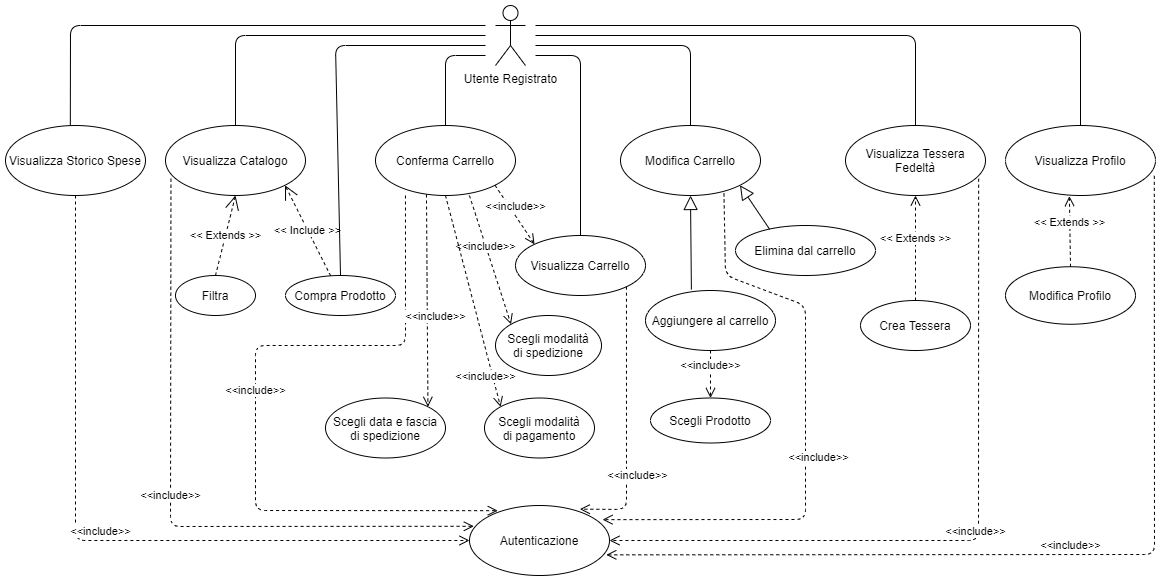
The draw.io diagram doc/cases/Utente Unico.png in 4nnina/IS_CovidMarket, before a commit. Source tidied: cells renumbered, new cells last; positions are measured from the earlier drawing's top-left corner, leaving out a move shared by most shapes. Source of this version:
```xml
<mxGraphModel>
  <root>
    <mxCell id="0" />
    <mxCell id="1" parent="0" />
    <mxCell id="2" value="Utente Registrato" style="shape=umlActor;verticalLabelPosition=bottom;verticalAlign=top;html=1;" parent="1" vertex="1">
      <mxGeometry x="490" width="30" height="60" as="geometry" />
    </mxCell>
    <mxCell id="3" value="Visualizza Catalogo" style="ellipse;whiteSpace=wrap;html=1;" parent="1" vertex="1">
      <mxGeometry x="160" y="120" width="140" height="70" as="geometry" />
    </mxCell>
    <mxCell id="4" style="endArrow=none;endFill=0;endSize=12;html=1;entryX=0.5;entryY=0;entryDx=0;entryDy=0;" parent="1" edge="1" target="3">
      <mxGeometry relative="1" as="geometry">
        <mxPoint x="480" y="30" as="sourcePoint" />
        <Array as="points">
          <mxPoint x="230" y="30" />
        </Array>
      </mxGeometry>
    </mxCell>
    <mxCell id="5" value="Filtra" style="ellipse;whiteSpace=wrap;html=1;" parent="1" vertex="1">
      <mxGeometry x="170" y="270" width="80" height="40" as="geometry" />
    </mxCell>
    <mxCell id="6" value="&amp;lt;&amp;lt; Extends &amp;gt;&amp;gt;" style="endArrow=open;endSize=12;dashed=1;html=1;exitX=0.5;exitY=0;exitDx=0;exitDy=0;entryX=0.5;entryY=1;entryDx=0;entryDy=0;" parent="1" edge="1" source="5" target="3">
      <mxGeometry relative="1" as="geometry" />
    </mxCell>
    <mxCell id="7" value="Compra Prodotto" style="ellipse;whiteSpace=wrap;html=1;" parent="1" vertex="1">
      <mxGeometry x="280" y="270" width="110" height="40" as="geometry" />
    </mxCell>
    <mxCell id="8" value="&amp;lt;&amp;lt; Include &amp;gt;&amp;gt;" style="endArrow=open;endSize=12;dashed=1;html=1;entryX=1;entryY=1;entryDx=0;entryDy=0;" parent="1" edge="1" source="7" target="3">
      <mxGeometry relative="1" as="geometry" />
    </mxCell>
    <mxCell id="9" style="endArrow=none;endFill=0;endSize=12;html=1;entryX=0.5;entryY=0;entryDx=0;entryDy=0;" parent="1" edge="1" target="7">
      <mxGeometry relative="1" as="geometry">
        <mxPoint x="480" y="40" as="sourcePoint" />
        <Array as="points">
          <mxPoint x="330" y="40" />
        </Array>
      </mxGeometry>
    </mxCell>
    <mxCell id="10" value="Conferma Carrello" style="ellipse;whiteSpace=wrap;html=1;" parent="1" vertex="1">
      <mxGeometry x="370" y="120" width="140" height="70" as="geometry" />
    </mxCell>
    <mxCell id="11" value="Scegli modalità&lt;br&gt;di spedizione" style="ellipse;whiteSpace=wrap;html=1;" parent="1" vertex="1">
      <mxGeometry x="490" y="310" width="106" height="60" as="geometry" />
    </mxCell>
    <mxCell id="12" value="Scegli data e fascia&lt;br&gt;di spedizione" style="ellipse;whiteSpace=wrap;html=1;" parent="1" vertex="1">
      <mxGeometry x="320" y="392.5" width="120" height="60" as="geometry" />
    </mxCell>
    <mxCell id="13" value="Scegli modalità&lt;br&gt;di pagamento" style="ellipse;whiteSpace=wrap;html=1;" parent="1" vertex="1">
      <mxGeometry x="479" y="392.5" width="110" height="60" as="geometry" />
    </mxCell>
    <mxCell id="14" value="Visualizza Carrello" style="ellipse;whiteSpace=wrap;html=1;" parent="1" vertex="1">
      <mxGeometry x="510" y="230" width="130" height="60" as="geometry" />
    </mxCell>
    <mxCell id="15" value="&amp;lt;&amp;lt;include&amp;gt;&amp;gt;" style="html=1;verticalAlign=bottom;endArrow=open;dashed=1;endSize=8;entryX=0;entryY=0;entryDx=0;entryDy=0;exitX=1;exitY=1;exitDx=0;exitDy=0;" parent="1" edge="1" source="10" target="14">
      <mxGeometry relative="1" as="geometry" />
    </mxCell>
    <mxCell id="16" style="endArrow=none;endFill=0;endSize=12;html=1;entryX=0.5;entryY=0;entryDx=0;entryDy=0;" parent="1" edge="1" target="14">
      <mxGeometry relative="1" as="geometry">
        <mxPoint x="530" y="50" as="sourcePoint" />
        <Array as="points">
          <mxPoint x="575" y="50" />
        </Array>
      </mxGeometry>
    </mxCell>
    <mxCell id="17" value="Modifica Carrello" style="ellipse;whiteSpace=wrap;html=1;" parent="1" vertex="1">
      <mxGeometry x="615" y="120" width="140" height="70" as="geometry" />
    </mxCell>
    <mxCell id="18" value="Aggiungere al carrello" style="ellipse;whiteSpace=wrap;html=1;" parent="1" vertex="1">
      <mxGeometry x="640" y="285" width="130" height="60" as="geometry" />
    </mxCell>
    <mxCell id="19" style="endArrow=block;endFill=0;endSize=12;html=1;exitX=0.353;exitY=-0.016;exitDx=0;exitDy=0;entryX=0.5;entryY=1;entryDx=0;entryDy=0;exitPerimeter=0;" parent="1" edge="1" source="18" target="17">
      <mxGeometry relative="1" as="geometry" />
    </mxCell>
    <mxCell id="20" value="Scegli Prodotto" style="ellipse;whiteSpace=wrap;html=1;" parent="1" vertex="1">
      <mxGeometry x="645" y="392.5" width="120" height="45" as="geometry" />
    </mxCell>
    <mxCell id="21" value="&amp;lt;&amp;lt;include&amp;gt;&amp;gt;" style="html=1;verticalAlign=bottom;endArrow=open;dashed=1;endSize=8;exitX=0.5;exitY=1;exitDx=0;exitDy=0;" parent="1" edge="1" source="18" target="20">
      <mxGeometry relative="1" as="geometry" />
    </mxCell>
    <mxCell id="22" value="Elimina dal carrello" style="ellipse;whiteSpace=wrap;html=1;" parent="1" vertex="1">
      <mxGeometry x="730" y="220" width="140" height="50" as="geometry" />
    </mxCell>
    <mxCell id="23" style="endArrow=block;endFill=0;endSize=12;html=1;exitX=0.244;exitY=0.077;exitDx=0;exitDy=0;entryX=1;entryY=1;entryDx=0;entryDy=0;exitPerimeter=0;" parent="1" edge="1" source="22" target="17">
      <mxGeometry relative="1" as="geometry" />
    </mxCell>
    <mxCell id="24" style="endArrow=none;endFill=0;endSize=12;html=1;entryX=0.5;entryY=0;entryDx=0;entryDy=0;" parent="1" edge="1" target="17">
      <mxGeometry relative="1" as="geometry">
        <mxPoint x="530" y="40" as="sourcePoint" />
        <Array as="points">
          <mxPoint x="685" y="40" />
        </Array>
      </mxGeometry>
    </mxCell>
    <mxCell id="25" value="Visualizza Tessera Fedeltà" style="ellipse;whiteSpace=wrap;html=1;" parent="1" vertex="1">
      <mxGeometry x="840" y="120" width="140" height="70" as="geometry" />
    </mxCell>
    <mxCell id="26" value="Crea Tessera" style="ellipse;whiteSpace=wrap;html=1;" parent="1" vertex="1">
      <mxGeometry x="855" y="295" width="110" height="50" as="geometry" />
    </mxCell>
    <mxCell id="27" value="&amp;lt;&amp;lt; Extends &amp;gt;&amp;gt;" style="html=1;verticalAlign=bottom;endArrow=open;dashed=1;endSize=8;entryX=0.5;entryY=1;entryDx=0;entryDy=0;" parent="1" edge="1" source="26" target="25">
      <mxGeometry relative="1" as="geometry" />
    </mxCell>
    <mxCell id="28" style="endArrow=none;endFill=0;endSize=12;html=1;entryX=0.5;entryY=0;entryDx=0;entryDy=0;" parent="1" edge="1" target="25">
      <mxGeometry relative="1" as="geometry">
        <mxPoint x="530" y="30" as="sourcePoint" />
        <Array as="points">
          <mxPoint x="910" y="30" />
        </Array>
      </mxGeometry>
    </mxCell>
    <mxCell id="29" value="Visualizza Profilo" style="ellipse;whiteSpace=wrap;html=1;" parent="1" vertex="1">
      <mxGeometry x="1000" y="120" width="150" height="70" as="geometry" />
    </mxCell>
    <mxCell id="30" style="endArrow=none;endFill=0;endSize=12;html=1;entryX=0.5;entryY=0;entryDx=0;entryDy=0;" parent="1" edge="1" target="29">
      <mxGeometry relative="1" as="geometry">
        <mxPoint x="530" y="20" as="sourcePoint" />
        <Array as="points">
          <mxPoint x="1075" y="20" />
        </Array>
      </mxGeometry>
    </mxCell>
    <mxCell id="31" value="Modifica Profilo" style="ellipse;whiteSpace=wrap;html=1;" parent="1" vertex="1">
      <mxGeometry x="1000" y="261.2" width="130" height="57.5" as="geometry" />
    </mxCell>
    <mxCell id="32" value="&amp;lt;&amp;lt; Extends &amp;gt;&amp;gt;" style="html=1;verticalAlign=bottom;endArrow=open;dashed=1;endSize=8;exitX=0.5;exitY=0;exitDx=0;exitDy=0;entryX=0.426;entryY=1.009;entryDx=0;entryDy=0;entryPerimeter=0;" parent="1" edge="1" source="31" target="29">
      <mxGeometry relative="1" as="geometry" />
    </mxCell>
    <mxCell id="33" value="Visualizza Storico Spese" style="ellipse;whiteSpace=wrap;html=1;labelBorderColor=none;" parent="1" vertex="1">
      <mxGeometry y="120" width="140" height="70" as="geometry" />
    </mxCell>
    <mxCell id="34" style="endArrow=none;endFill=0;endSize=12;html=1;entryX=0.463;entryY=-0.001;entryDx=0;entryDy=0;entryPerimeter=0;" parent="1" edge="1" target="33">
      <mxGeometry relative="1" as="geometry">
        <mxPoint x="480" y="20" as="sourcePoint" />
        <Array as="points">
          <mxPoint x="65" y="20" />
        </Array>
      </mxGeometry>
    </mxCell>
    <mxCell id="35" style="endArrow=none;endFill=0;endSize=12;html=1;entryX=0.5;entryY=0;entryDx=0;entryDy=0;" parent="1" edge="1" target="10">
      <mxGeometry relative="1" as="geometry">
        <mxPoint x="480" y="50" as="sourcePoint" />
        <Array as="points">
          <mxPoint x="440" y="50" />
        </Array>
      </mxGeometry>
    </mxCell>
    <mxCell id="36" value="Autenticazione" style="ellipse;whiteSpace=wrap;html=1;" parent="1" vertex="1">
      <mxGeometry x="464" y="500" width="140" height="70" as="geometry" />
    </mxCell>
    <mxCell id="37" value="&amp;lt;&amp;lt;include&amp;gt;&amp;gt;" style="html=1;verticalAlign=bottom;endArrow=open;dashed=1;endSize=8;exitX=0.5;exitY=1;exitDx=0;exitDy=0;entryX=0;entryY=0.5;entryDx=0;entryDy=0;" parent="1" edge="1" source="33" target="36">
      <mxGeometry relative="1" as="geometry">
        <Array as="points">
          <mxPoint x="70" y="535" />
        </Array>
      </mxGeometry>
    </mxCell>
    <mxCell id="38" value="&amp;lt;&amp;lt;include&amp;gt;&amp;gt;" style="html=1;verticalAlign=bottom;endArrow=open;dashed=1;endSize=8;exitX=0.039;exitY=0.76;exitDx=0;exitDy=0;entryX=0.031;entryY=0.297;entryDx=0;entryDy=0;entryPerimeter=0;exitPerimeter=0;" parent="1" edge="1" source="3" target="36">
      <mxGeometry relative="1" as="geometry">
        <Array as="points">
          <mxPoint x="165" y="521" />
        </Array>
      </mxGeometry>
    </mxCell>
    <mxCell id="39" value="&amp;lt;&amp;lt;include&amp;gt;&amp;gt;" style="html=1;verticalAlign=bottom;endArrow=open;dashed=1;endSize=8;exitX=0.992;exitY=0.719;exitDx=0;exitDy=0;entryX=0.977;entryY=0.705;entryDx=0;entryDy=0;entryPerimeter=0;exitPerimeter=0;" parent="1" edge="1" source="29" target="36">
      <mxGeometry relative="1" as="geometry">
        <Array as="points">
          <mxPoint x="1149" y="549" />
        </Array>
      </mxGeometry>
    </mxCell>
    <mxCell id="40" value="&amp;lt;&amp;lt;include&amp;gt;&amp;gt;" style="html=1;verticalAlign=bottom;endArrow=open;dashed=1;endSize=8;exitX=0.951;exitY=0.76;exitDx=0;exitDy=0;entryX=1;entryY=0.5;entryDx=0;entryDy=0;exitPerimeter=0;" parent="1" edge="1" source="25" target="36">
      <mxGeometry relative="1" as="geometry">
        <Array as="points">
          <mxPoint x="973" y="535" />
        </Array>
      </mxGeometry>
    </mxCell>
    <mxCell id="41" value="&amp;lt;&amp;lt;include&amp;gt;&amp;gt;" style="html=1;verticalAlign=bottom;endArrow=open;dashed=1;endSize=8;entryX=0.95;entryY=0.202;entryDx=0;entryDy=0;entryPerimeter=0;exitX=0.739;exitY=0.97;exitDx=0;exitDy=0;exitPerimeter=0;" parent="1" edge="1" source="17" target="36">
      <mxGeometry x="0.13" y="13" relative="1" as="geometry">
        <Array as="points">
          <mxPoint x="720" y="270" />
          <mxPoint x="800" y="300" />
          <mxPoint x="800" y="514" />
        </Array>
      </mxGeometry>
    </mxCell>
    <mxCell id="42" value="&amp;lt;&amp;lt;include&amp;gt;&amp;gt;" style="html=1;verticalAlign=bottom;endArrow=open;dashed=1;endSize=8;entryX=0.788;entryY=0.052;entryDx=0;entryDy=0;entryPerimeter=0;exitX=1;exitY=1;exitDx=0;exitDy=0;" parent="1" edge="1" source="14" target="36">
      <mxGeometry x="0.47" y="11" relative="1" as="geometry">
        <Array as="points">
          <mxPoint x="621" y="504" />
        </Array>
      </mxGeometry>
    </mxCell>
    <mxCell id="43" value="&amp;lt;&amp;lt;include&amp;gt;&amp;gt;" style="html=1;verticalAlign=bottom;endArrow=open;dashed=1;endSize=8;exitX=0.214;exitY=1;exitDx=0;exitDy=0;entryX=0.202;entryY=0.074;entryDx=0;entryDy=0;exitPerimeter=0;entryPerimeter=0;" parent="1" edge="1" source="10" target="36">
      <mxGeometry relative="1" as="geometry">
        <Array as="points">
          <mxPoint x="400" y="340" />
          <mxPoint x="250" y="340" />
          <mxPoint x="250" y="505" />
        </Array>
      </mxGeometry>
    </mxCell>
    <mxCell id="44" value="&amp;lt;&amp;lt;include&amp;gt;&amp;gt;" style="html=1;verticalAlign=bottom;endArrow=open;dashed=1;endSize=8;entryX=0;entryY=0;entryDx=0;entryDy=0;exitX=0.671;exitY=1;exitDx=0;exitDy=0;exitPerimeter=0;" parent="1" edge="1" source="10" target="11">
      <mxGeometry x="-0.08" y="-3" relative="1" as="geometry" />
    </mxCell>
    <mxCell id="45" value="&amp;lt;&amp;lt;include&amp;gt;&amp;gt;" style="html=1;verticalAlign=bottom;endArrow=open;dashed=1;endSize=8;entryX=0;entryY=0;entryDx=0;entryDy=0;exitX=0.5;exitY=1;exitDx=0;exitDy=0;" parent="1" edge="1" source="10" target="13">
      <mxGeometry x="0.78" y="-9" relative="1" as="geometry" />
    </mxCell>
    <mxCell id="46" value="&amp;lt;&amp;lt;include&amp;gt;&amp;gt;" style="html=1;verticalAlign=bottom;endArrow=open;dashed=1;endSize=8;entryX=1;entryY=0;entryDx=0;entryDy=0;exitX=0.364;exitY=0.986;exitDx=0;exitDy=0;exitPerimeter=0;" parent="1" edge="1" source="10" target="12">
      <mxGeometry x="0.23" y="8" relative="1" as="geometry" />
    </mxCell>
  </root>
</mxGraphModel>
```
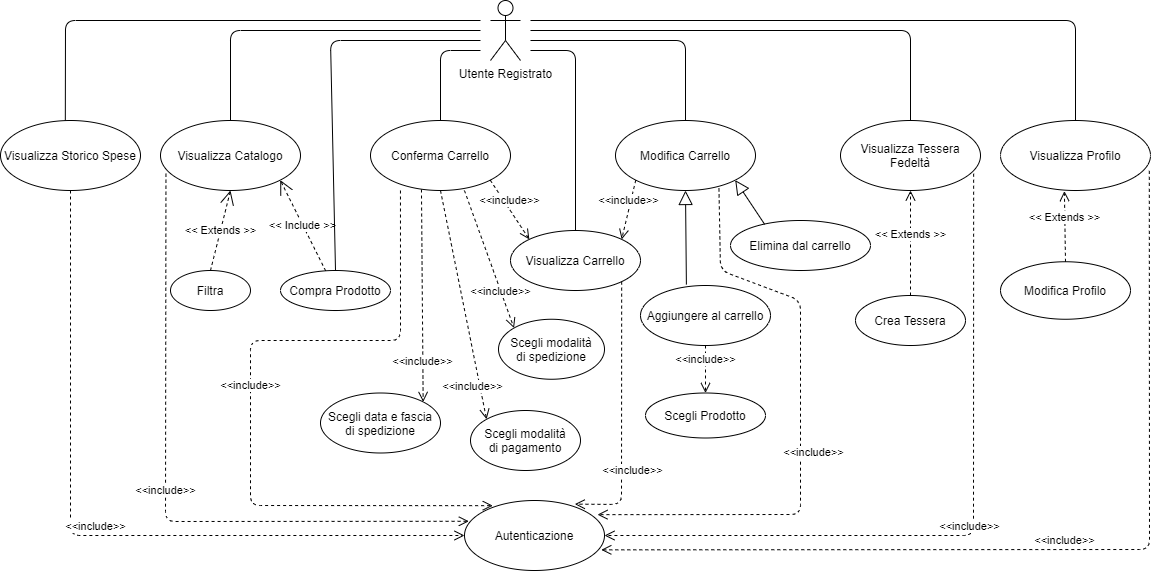
The same diagram one commit later.

The edit, as a diff of the source:
```diff
@@ -40,13 +40,13 @@
       <mxGeometry x="370" y="120" width="140" height="70" as="geometry" />
     </mxCell>
     <mxCell id="11" value="Scegli modalità&lt;br&gt;di spedizione" style="ellipse;whiteSpace=wrap;html=1;" parent="1" vertex="1">
-      <mxGeometry x="490" y="310" width="106" height="60" as="geometry" />
+      <mxGeometry x="498" y="318.8" width="106" height="60" as="geometry" />
     </mxCell>
     <mxCell id="12" value="Scegli data e fascia&lt;br&gt;di spedizione" style="ellipse;whiteSpace=wrap;html=1;" parent="1" vertex="1">
       <mxGeometry x="320" y="392.5" width="120" height="60" as="geometry" />
     </mxCell>
     <mxCell id="13" value="Scegli modalità&lt;br&gt;di pagamento" style="ellipse;whiteSpace=wrap;html=1;" parent="1" vertex="1">
-      <mxGeometry x="479" y="392.5" width="110" height="60" as="geometry" />
+      <mxGeometry x="470" y="410" width="110" height="60" as="geometry" />
     </mxCell>
     <mxCell id="14" value="Visualizza Carrello" style="ellipse;whiteSpace=wrap;html=1;" parent="1" vertex="1">
       <mxGeometry x="510" y="230" width="130" height="60" as="geometry" />
@@ -201,13 +201,16 @@
       </mxGeometry>
     </mxCell>
     <mxCell id="44" value="&amp;lt;&amp;lt;include&amp;gt;&amp;gt;" style="html=1;verticalAlign=bottom;endArrow=open;dashed=1;endSize=8;entryX=0;entryY=0;entryDx=0;entryDy=0;exitX=0.671;exitY=1;exitDx=0;exitDy=0;exitPerimeter=0;" parent="1" edge="1" source="10" target="11">
-      <mxGeometry x="-0.08" y="-3" relative="1" as="geometry" />
+      <mxGeometry x="0.58" y="-3" relative="1" as="geometry" />
     </mxCell>
     <mxCell id="45" value="&amp;lt;&amp;lt;include&amp;gt;&amp;gt;" style="html=1;verticalAlign=bottom;endArrow=open;dashed=1;endSize=8;entryX=0;entryY=0;entryDx=0;entryDy=0;exitX=0.5;exitY=1;exitDx=0;exitDy=0;" parent="1" edge="1" source="10" target="13">
       <mxGeometry x="0.78" y="-9" relative="1" as="geometry" />
     </mxCell>
     <mxCell id="46" value="&amp;lt;&amp;lt;include&amp;gt;&amp;gt;" style="html=1;verticalAlign=bottom;endArrow=open;dashed=1;endSize=8;entryX=1;entryY=0;entryDx=0;entryDy=0;exitX=0.364;exitY=0.986;exitDx=0;exitDy=0;exitPerimeter=0;" parent="1" edge="1" source="10" target="12">
-      <mxGeometry x="0.23" y="8" relative="1" as="geometry" />
+      <mxGeometry x="0.7" relative="1" as="geometry" />
     </mxCell>
+    <mxCell id="47" value="&amp;lt;&amp;lt;include&amp;gt;&amp;gt;" style="html=1;verticalAlign=bottom;endArrow=open;dashed=1;endSize=8;entryX=1;entryY=0;entryDx=0;entryDy=0;exitX=0;exitY=1;exitDx=0;exitDy=0;" parent="1" edge="1" source="17" target="14">
+      <mxGeometry relative="1" as="geometry" />
+    </mxCell>
   </root>
 </mxGraphModel>
```
